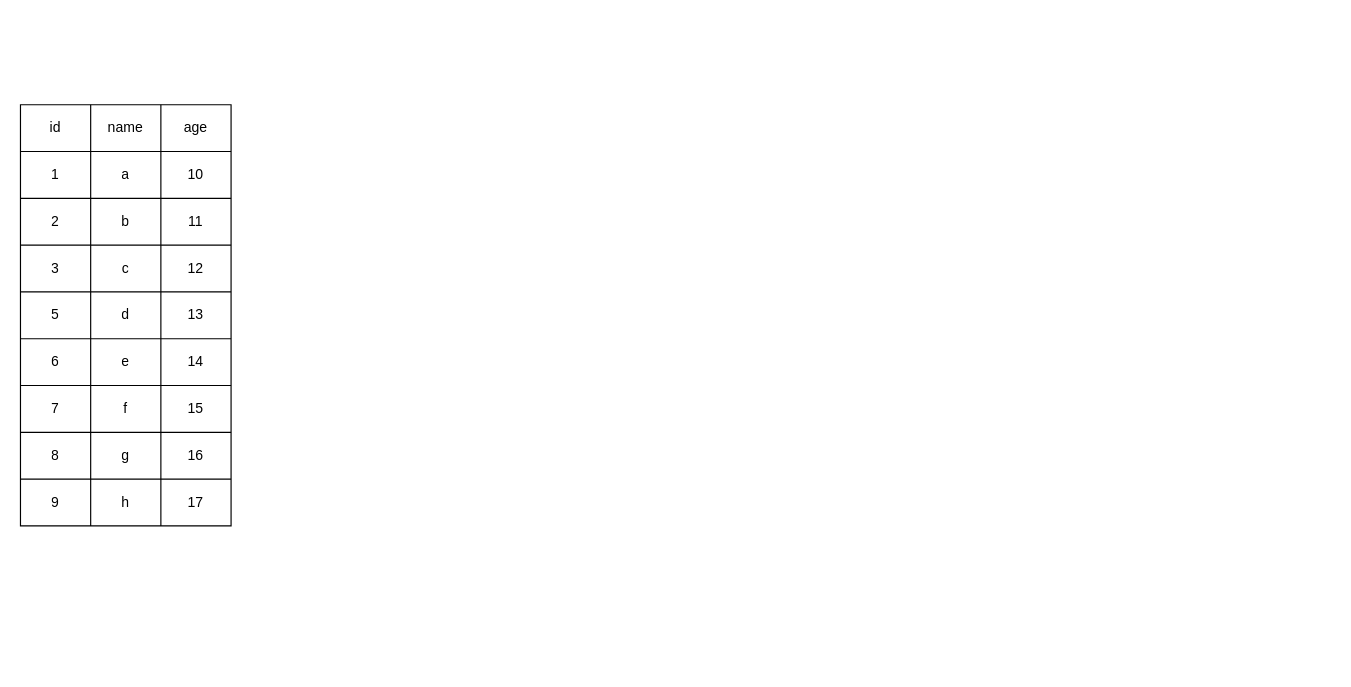
Above: mybatis/innodb索引结构.drawio in Hello-Pig-K/picture-collection (draw.io), before the change. Source tidied: cells renumbered, new cells numbered last; positions are measured from the earlier drawing's top-left corner, leaving out a move shared by most shapes. Both pictures are drawn from the tidied source at 117%, with x=0, y=0 at pixel (20, 104).
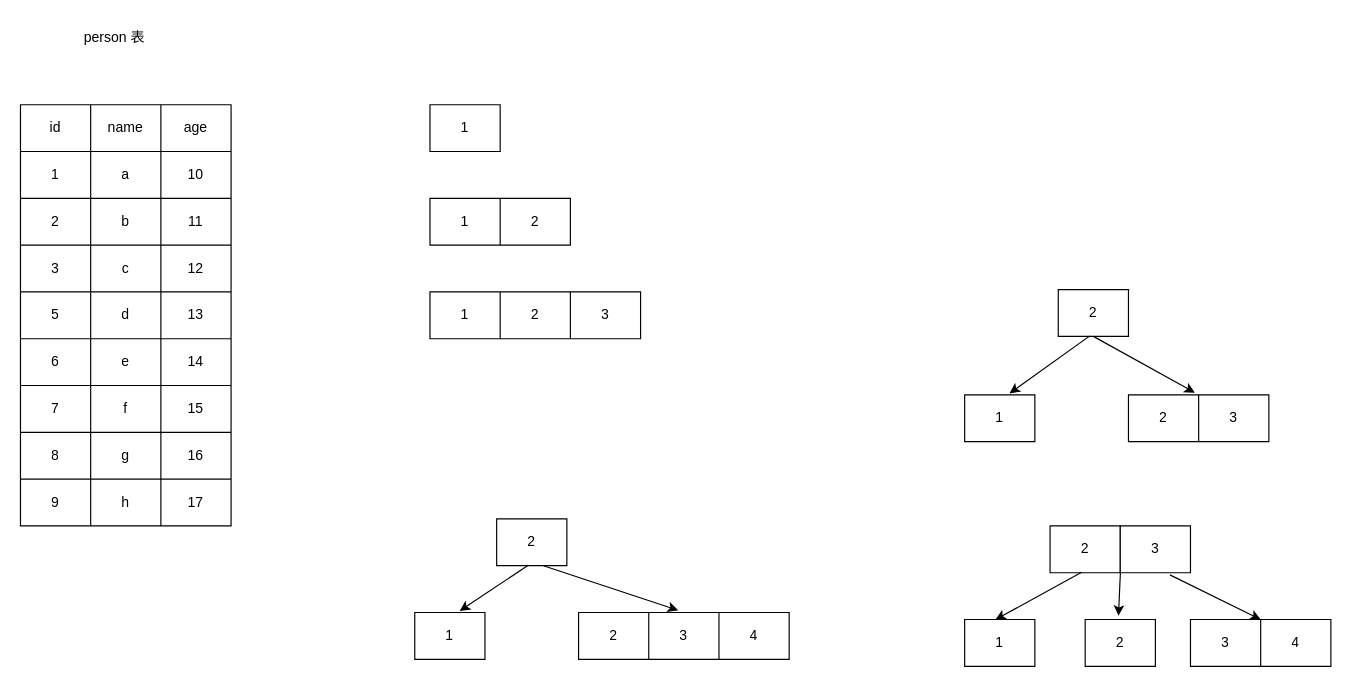
The same diagram, later.

Commit message (it also covers changes not shown here):
更新innodb索引结构.drawio

The edit, as a diff of the source:
```diff
@@
+    <mxCell id="39" value="person 表" style="text;html=1;align=center;verticalAlign=middle;strokeColor=none;fillColor=none;" parent="1" vertex="1">
+      <mxGeometry x="40" y="-72" width="80" height="30" as="geometry" />
+    </mxCell>
+    <mxCell id="40" style="shape=table;startSize=0;childLayout=tableLayout;" parent="1" vertex="1">
+      <mxGeometry x="350" width="60" height="40" as="geometry" />
+    </mxCell>
+    <mxCell id="41" style="shape=tableRow;horizontal=0;startSize=0;swimlaneHead=0;swimlaneBody=0;strokeColor=inherit;top=0;left=0;bottom=0;right=0;fillColor=none;" parent="40" vertex="1">
+      <mxGeometry width="60" height="40" as="geometry" />
+    </mxCell>
+    <mxCell id="42" value="1" style="shape=partialRectangle;html=1;whiteSpace=wrap;strokeColor=inherit;overflow=hidden;fillColor=none;top=0;left=0;bottom=0;right=0;" parent="41" vertex="1">
+      <mxGeometry width="60" height="40" as="geometry" />
+    </mxCell>
+    <mxCell id="43" style="shape=table;startSize=0;childLayout=tableLayout;" parent="1" vertex="1">
+      <mxGeometry x="350" y="80" width="120" height="40" as="geometry" />
+    </mxCell>
+    <mxCell id="44" style="shape=tableRow;horizontal=0;startSize=0;swimlaneHead=0;swimlaneBody=0;strokeColor=inherit;top=0;left=0;bottom=0;right=0;fillColor=none;" parent="43" vertex="1">
+      <mxGeometry width="120" height="40" as="geometry" />
+    </mxCell>
+    <mxCell id="45" value="1" style="shape=partialRectangle;html=1;whiteSpace=wrap;strokeColor=inherit;overflow=hidden;fillColor=none;top=0;left=0;bottom=0;right=0;" parent="44" vertex="1">
+      <mxGeometry width="60" height="40" as="geometry" />
+    </mxCell>
+    <mxCell id="46" value="2" style="shape=partialRectangle;html=1;whiteSpace=wrap;strokeColor=inherit;overflow=hidden;fillColor=none;top=0;left=0;bottom=0;right=0;" parent="44" vertex="1">
+      <mxGeometry x="60" width="60" height="40" as="geometry" />
+    </mxCell>
+    <mxCell id="47" style="shape=table;startSize=0;childLayout=tableLayout;" parent="1" vertex="1">
+      <mxGeometry x="350" y="160" width="180" height="40" as="geometry" />
+    </mxCell>
+    <mxCell id="48" style="shape=tableRow;horizontal=0;startSize=0;swimlaneHead=0;swimlaneBody=0;strokeColor=inherit;top=0;left=0;bottom=0;right=0;fillColor=none;" parent="47" vertex="1">
+      <mxGeometry width="180" height="40" as="geometry" />
+    </mxCell>
+    <mxCell id="49" value="1" style="shape=partialRectangle;html=1;whiteSpace=wrap;strokeColor=inherit;overflow=hidden;fillColor=none;top=0;left=0;bottom=0;right=0;" parent="48" vertex="1">
+      <mxGeometry width="60" height="40" as="geometry" />
+    </mxCell>
+    <mxCell id="50" value="2" style="shape=partialRectangle;html=1;whiteSpace=wrap;strokeColor=inherit;overflow=hidden;fillColor=none;top=0;left=0;bottom=0;right=0;" parent="48" vertex="1">
+      <mxGeometry x="60" width="60" height="40" as="geometry" />
+    </mxCell>
+    <mxCell id="51" value="3" style="shape=partialRectangle;html=1;whiteSpace=wrap;strokeColor=inherit;overflow=hidden;fillColor=none;top=0;left=0;bottom=0;right=0;" parent="48" vertex="1">
+      <mxGeometry x="120" width="60" height="40" as="geometry" />
+    </mxCell>
+    <mxCell id="52" style="shape=table;startSize=0;childLayout=tableLayout;" parent="1" vertex="1">
+      <mxGeometry x="887" y="158" width="60" height="40" as="geometry" />
+    </mxCell>
+    <mxCell id="53" style="shape=tableRow;horizontal=0;startSize=0;swimlaneHead=0;swimlaneBody=0;strokeColor=inherit;top=0;left=0;bottom=0;right=0;fillColor=none;points=[[0,0.5],[1,0.5]];portConstraint=eastwest;" parent="52" vertex="1">
+      <mxGeometry width="60" height="40" as="geometry" />
+    </mxCell>
+    <mxCell id="54" value="2" style="shape=partialRectangle;html=1;whiteSpace=wrap;strokeColor=inherit;overflow=hidden;fillColor=none;top=0;left=0;bottom=0;right=0;" parent="53" vertex="1">
+      <mxGeometry width="60" height="40" as="geometry" />
+    </mxCell>
+    <mxCell id="55" style="shape=table;startSize=0;childLayout=tableLayout;" parent="1" vertex="1">
+      <mxGeometry x="807" y="248" width="60" height="40" as="geometry" />
+    </mxCell>
+    <mxCell id="56" style="shape=tableRow;horizontal=0;startSize=0;swimlaneHead=0;swimlaneBody=0;strokeColor=inherit;top=0;left=0;bottom=0;right=0;fillColor=none;points=[[0,0.5],[1,0.5]];portConstraint=eastwest;" parent="55" vertex="1">
+      <mxGeometry width="60" height="40" as="geometry" />
+    </mxCell>
+    <mxCell id="57" value="1" style="shape=partialRectangle;html=1;whiteSpace=wrap;strokeColor=inherit;overflow=hidden;fillColor=none;top=0;left=0;bottom=0;right=0;" parent="56" vertex="1">
+      <mxGeometry width="60" height="40" as="geometry" />
+    </mxCell>
+    <mxCell id="58" style="shape=table;startSize=0;childLayout=tableLayout;" parent="1" vertex="1">
+      <mxGeometry x="947" y="248" width="120" height="40" as="geometry" />
+    </mxCell>
+    <mxCell id="59" style="shape=tableRow;horizontal=0;startSize=0;swimlaneHead=0;swimlaneBody=0;strokeColor=inherit;top=0;left=0;bottom=0;right=0;fillColor=none;points=[[0,0.5],[1,0.5]];portConstraint=eastwest;" parent="58" vertex="1">
+      <mxGeometry width="120" height="40" as="geometry" />
+    </mxCell>
+    <mxCell id="60" value="2" style="shape=partialRectangle;html=1;whiteSpace=wrap;strokeColor=inherit;overflow=hidden;fillColor=none;top=0;left=0;bottom=0;right=0;" parent="59" vertex="1">
+      <mxGeometry width="60" height="40" as="geometry" />
+    </mxCell>
+    <mxCell id="61" value="3" style="shape=partialRectangle;html=1;whiteSpace=wrap;strokeColor=inherit;overflow=hidden;fillColor=none;top=0;left=0;bottom=0;right=0;" parent="59" vertex="1">
+      <mxGeometry x="60" width="60" height="40" as="geometry" />
+    </mxCell>
+    <mxCell id="62" style="edgeStyle=none;jettySize=auto;html=1;rounded=0;exitX=0.45;exitY=0.989;exitDx=0;exitDy=0;exitPerimeter=0;entryX=0.64;entryY=-0.032;entryDx=0;entryDy=0;entryPerimeter=0;" parent="1" edge="1" source="53" target="56">
+      <mxGeometry relative="1" as="geometry" />
+    </mxCell>
+    <mxCell id="63" style="edgeStyle=none;jettySize=auto;html=1;rounded=0;entryX=0.473;entryY=-0.046;entryDx=0;entryDy=0;entryPerimeter=0;" parent="1" edge="1" target="59">
+      <mxGeometry relative="1" as="geometry">
+        <mxPoint x="917" y="198" as="sourcePoint" />
+      </mxGeometry>
+    </mxCell>
+    <mxCell id="64" style="shape=table;startSize=0;childLayout=tableLayout;" parent="1" vertex="1">
+      <mxGeometry x="407" y="354" width="60" height="40" as="geometry" />
+    </mxCell>
+    <mxCell id="65" style="shape=tableRow;horizontal=0;startSize=0;swimlaneHead=0;swimlaneBody=0;strokeColor=inherit;top=0;left=0;bottom=0;right=0;fillColor=none;points=[[0,0.5],[1,0.5]];portConstraint=eastwest;" parent="64" vertex="1">
+      <mxGeometry width="60" height="40" as="geometry" />
+    </mxCell>
+    <mxCell id="66" value="2" style="shape=partialRectangle;html=1;whiteSpace=wrap;strokeColor=inherit;overflow=hidden;fillColor=none;top=0;left=0;bottom=0;right=0;" parent="65" vertex="1">
+      <mxGeometry width="60" height="40" as="geometry" />
+    </mxCell>
+    <mxCell id="67" style="shape=table;startSize=0;childLayout=tableLayout;" parent="1" vertex="1">
+      <mxGeometry x="337" y="434" width="60" height="40" as="geometry" />
+    </mxCell>
+    <mxCell id="68" style="shape=tableRow;horizontal=0;startSize=0;swimlaneHead=0;swimlaneBody=0;strokeColor=inherit;top=0;left=0;bottom=0;right=0;fillColor=none;points=[[0,0.5],[1,0.5]];portConstraint=eastwest;" parent="67" vertex="1">
+      <mxGeometry width="60" height="40" as="geometry" />
+    </mxCell>
+    <mxCell id="69" value="1" style="shape=partialRectangle;html=1;whiteSpace=wrap;strokeColor=inherit;overflow=hidden;fillColor=none;top=0;left=0;bottom=0;right=0;" parent="68" vertex="1">
+      <mxGeometry width="60" height="40" as="geometry" />
+    </mxCell>
+    <mxCell id="70" style="shape=table;startSize=0;childLayout=tableLayout;" parent="1" vertex="1">
+      <mxGeometry x="477" y="434" width="180" height="40" as="geometry" />
+    </mxCell>
+    <mxCell id="71" style="shape=tableRow;horizontal=0;startSize=0;swimlaneHead=0;swimlaneBody=0;strokeColor=inherit;top=0;left=0;bottom=0;right=0;fillColor=none;points=[[0,0.5],[1,0.5]];portConstraint=eastwest;" parent="70" vertex="1">
+      <mxGeometry width="180" height="40" as="geometry" />
+    </mxCell>
+    <mxCell id="72" value="2" style="shape=partialRectangle;html=1;whiteSpace=wrap;strokeColor=inherit;overflow=hidden;fillColor=none;top=0;left=0;bottom=0;right=0;" parent="71" vertex="1">
+      <mxGeometry width="60" height="40" as="geometry" />
+    </mxCell>
+    <mxCell id="73" value="3" style="shape=partialRectangle;html=1;whiteSpace=wrap;strokeColor=inherit;overflow=hidden;fillColor=none;top=0;left=0;bottom=0;right=0;" parent="71" vertex="1">
+      <mxGeometry x="60" width="60" height="40" as="geometry" />
+    </mxCell>
+    <mxCell id="74" value="4" style="shape=partialRectangle;html=1;whiteSpace=wrap;strokeColor=inherit;overflow=hidden;fillColor=none;top=0;left=0;bottom=0;right=0;" parent="71" vertex="1">
+      <mxGeometry x="120" width="60" height="40" as="geometry" />
+    </mxCell>
+    <mxCell id="75" style="edgeStyle=none;jettySize=auto;html=1;rounded=0;exitX=0.45;exitY=0.989;exitDx=0;exitDy=0;exitPerimeter=0;entryX=0.64;entryY=-0.032;entryDx=0;entryDy=0;entryPerimeter=0;" parent="1" edge="1" source="65" target="68">
+      <mxGeometry relative="1" as="geometry" />
+    </mxCell>
+    <mxCell id="76" style="edgeStyle=none;jettySize=auto;html=1;rounded=0;entryX=0.473;entryY=-0.046;entryDx=0;entryDy=0;entryPerimeter=0;" parent="1" edge="1" target="71">
+      <mxGeometry relative="1" as="geometry">
+        <mxPoint x="447" y="394" as="sourcePoint" />
+        <Array as="points">
+          <mxPoint x="447" y="394" />
+        </Array>
+      </mxGeometry>
+    </mxCell>
+    <mxCell id="77" style="shape=table;startSize=0;childLayout=tableLayout;" parent="1" vertex="1">
+      <mxGeometry x="880" y="360" width="60" height="40" as="geometry" />
+    </mxCell>
+    <mxCell id="78" style="shape=tableRow;horizontal=0;startSize=0;swimlaneHead=0;swimlaneBody=0;strokeColor=inherit;top=0;left=0;bottom=0;right=0;fillColor=none;points=[[0,0.5],[1,0.5]];portConstraint=eastwest;" parent="77" vertex="1">
+      <mxGeometry width="60" height="40" as="geometry" />
+    </mxCell>
+    <mxCell id="79" value="2" style="shape=partialRectangle;html=1;whiteSpace=wrap;strokeColor=inherit;overflow=hidden;fillColor=none;top=0;left=0;bottom=0;right=0;" parent="78" vertex="1">
+      <mxGeometry width="60" height="40" as="geometry" />
+    </mxCell>
+    <mxCell id="80" style="shape=table;startSize=0;childLayout=tableLayout;" parent="1" vertex="1">
+      <mxGeometry x="807" y="440" width="60" height="40" as="geometry" />
+    </mxCell>
+    <mxCell id="81" style="shape=tableRow;horizontal=0;startSize=0;swimlaneHead=0;swimlaneBody=0;strokeColor=inherit;top=0;left=0;bottom=0;right=0;fillColor=none;points=[[0,0.5],[1,0.5]];portConstraint=eastwest;" parent="80" vertex="1">
+      <mxGeometry width="60" height="40" as="geometry" />
+    </mxCell>
+    <mxCell id="82" value="1" style="shape=partialRectangle;html=1;whiteSpace=wrap;strokeColor=inherit;overflow=hidden;fillColor=none;top=0;left=0;bottom=0;right=0;" parent="81" vertex="1">
+      <mxGeometry width="60" height="40" as="geometry" />
+    </mxCell>
+    <mxCell id="83" style="edgeStyle=none;jettySize=auto;html=1;rounded=0;exitX=0.45;exitY=0.989;exitDx=0;exitDy=0;exitPerimeter=0;entryX=0.438;entryY=0.004;entryDx=0;entryDy=0;entryPerimeter=0;" parent="1" edge="1" source="78" target="81">
+      <mxGeometry relative="1" as="geometry" />
+    </mxCell>
+    <mxCell id="84" style="shape=table;startSize=0;childLayout=tableLayout;" parent="1" vertex="1">
+      <mxGeometry x="940" y="360" width="60" height="40" as="geometry" />
+    </mxCell>
+    <mxCell id="85" style="shape=tableRow;horizontal=0;startSize=0;swimlaneHead=0;swimlaneBody=0;strokeColor=inherit;top=0;left=0;bottom=0;right=0;fillColor=none;points=[[0,0.5],[1,0.5]];portConstraint=eastwest;" parent="84" vertex="1">
+      <mxGeometry width="60" height="40" as="geometry" />
+    </mxCell>
+    <mxCell id="86" value="3" style="shape=partialRectangle;html=1;whiteSpace=wrap;strokeColor=inherit;overflow=hidden;fillColor=none;top=0;left=0;bottom=0;right=0;" parent="85" vertex="1">
+      <mxGeometry width="60" height="40" as="geometry" />
+    </mxCell>
+    <mxCell id="87" style="shape=table;startSize=0;childLayout=tableLayout;" parent="1" vertex="1">
+      <mxGeometry x="910" y="440" width="60" height="40" as="geometry" />
+    </mxCell>
+    <mxCell id="88" style="shape=tableRow;horizontal=0;startSize=0;swimlaneHead=0;swimlaneBody=0;strokeColor=inherit;top=0;left=0;bottom=0;right=0;fillColor=none;points=[[0,0.5],[1,0.5]];portConstraint=eastwest;" parent="87" vertex="1">
+      <mxGeometry width="60" height="40" as="geometry" />
+    </mxCell>
+    <mxCell id="89" value="2" style="shape=partialRectangle;html=1;whiteSpace=wrap;strokeColor=inherit;overflow=hidden;fillColor=none;top=0;left=0;bottom=0;right=0;" parent="88" vertex="1">
+      <mxGeometry width="60" height="40" as="geometry" />
+    </mxCell>
+    <mxCell id="90" style="edgeStyle=none;jettySize=auto;html=1;rounded=0;exitX=1.002;exitY=0.989;exitDx=0;exitDy=0;exitPerimeter=0;entryX=0.474;entryY=-0.082;entryDx=0;entryDy=0;entryPerimeter=0;" parent="1" edge="1" source="78" target="88">
+      <mxGeometry relative="1" as="geometry" />
+    </mxCell>
+    <mxCell id="91" style="edgeStyle=none;jettySize=auto;html=1;rounded=0;exitX=0.707;exitY=1.046;exitDx=0;exitDy=0;exitPerimeter=0;" parent="1" edge="1" source="85">
+      <mxGeometry relative="1" as="geometry">
+        <mxPoint x="1060" y="440" as="targetPoint" />
+      </mxGeometry>
+    </mxCell>
+    <mxCell id="92" style="shape=table;startSize=0;childLayout=tableLayout;" parent="1" vertex="1">
+      <mxGeometry x="1000" y="440" width="120" height="40" as="geometry" />
+    </mxCell>
+    <mxCell id="93" style="shape=tableRow;horizontal=0;startSize=0;swimlaneHead=0;swimlaneBody=0;strokeColor=inherit;top=0;left=0;bottom=0;right=0;fillColor=none;" parent="92" vertex="1">
+      <mxGeometry width="120" height="40" as="geometry" />
+    </mxCell>
+    <mxCell id="94" value="3" style="shape=partialRectangle;html=1;whiteSpace=wrap;strokeColor=inherit;overflow=hidden;fillColor=none;top=0;left=0;bottom=0;right=0;" parent="93" vertex="1">
+      <mxGeometry width="60" height="40" as="geometry" />
+    </mxCell>
+    <mxCell id="95" value="4" style="shape=partialRectangle;html=1;whiteSpace=wrap;strokeColor=inherit;overflow=hidden;fillColor=none;top=0;left=0;bottom=0;right=0;" parent="93" vertex="1">
+      <mxGeometry x="60" width="60" height="40" as="geometry" />
+    </mxCell>
```
